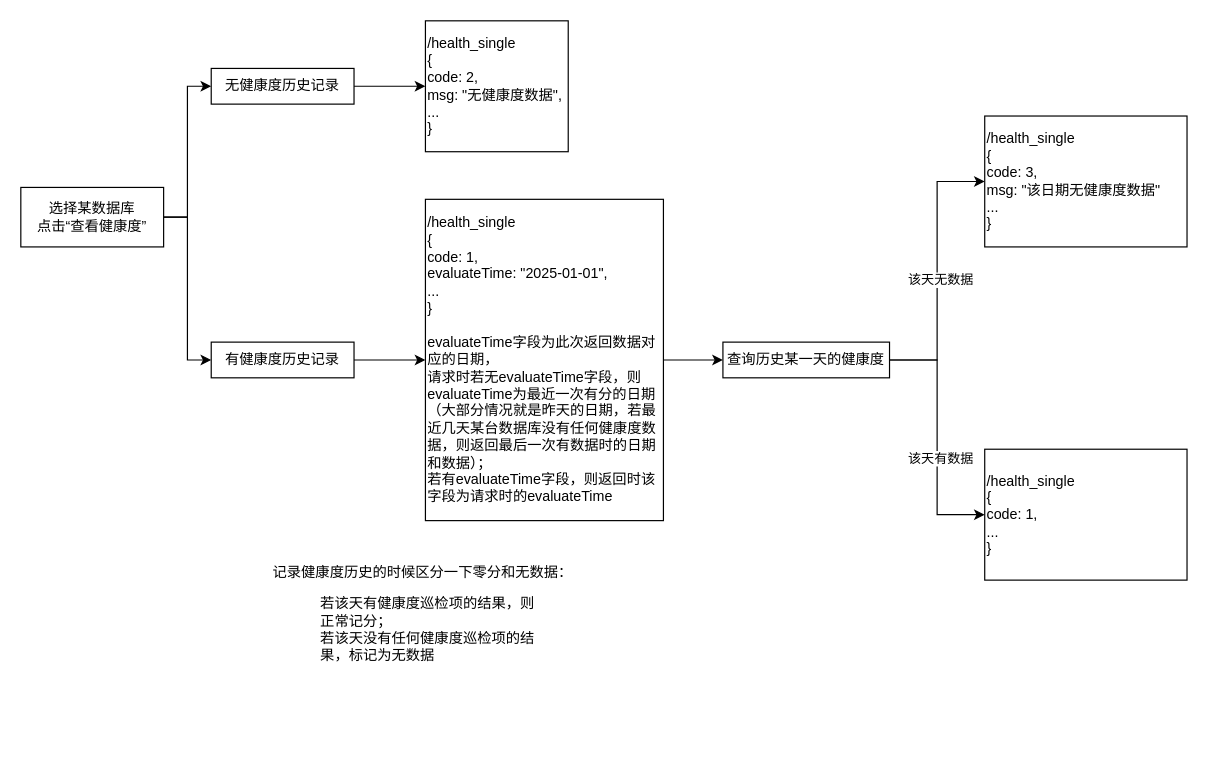
Lee-7723/Git keeps this draw.io diagram as dbi健康度边界情况.drawio. Above is the earlier version. Source tidied: cells renumbered, new cells numbered last; positions are measured from the earlier drawing's top-left corner, leaving out a move shared by most shapes. Both pictures are drawn from the tidied source at 119%, with x=0, y=0 at pixel (20, 20).
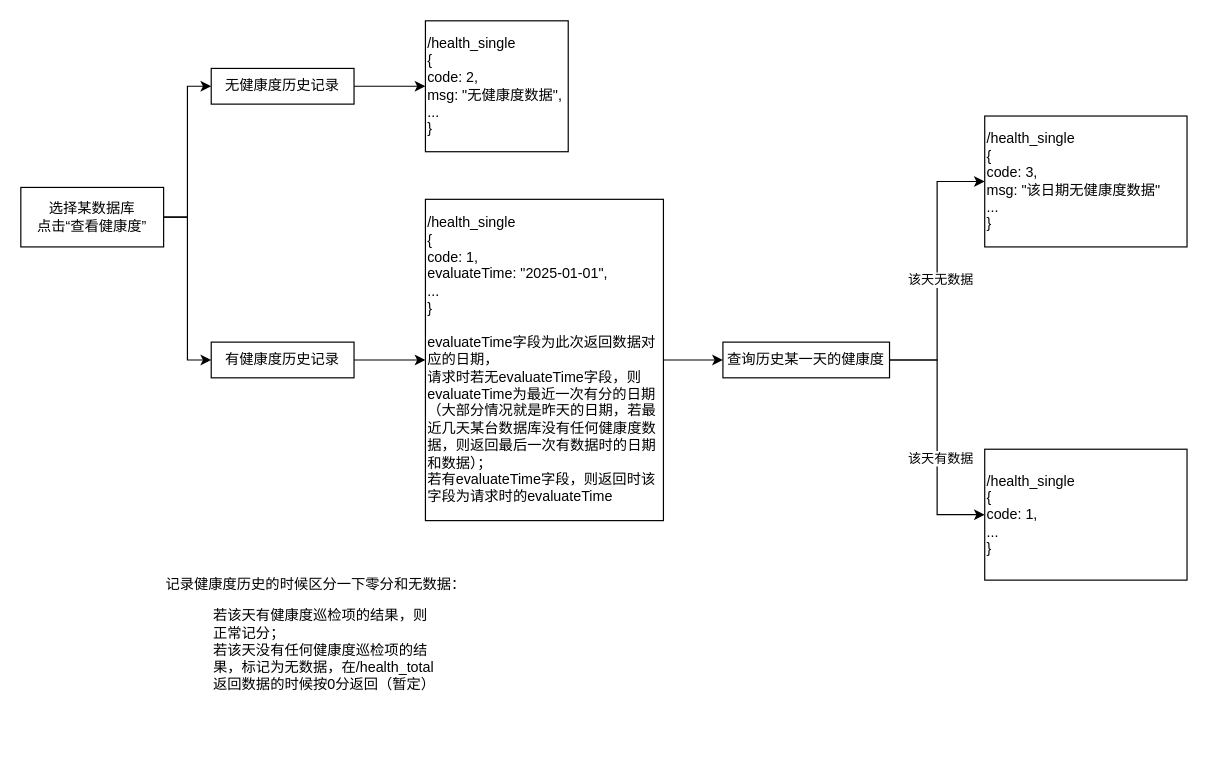
Above is the later version.

Commit message (it also covers changes not shown here):
更新dbi健康度边界情况.drawio

Diff of the diagram source:
```diff
@@
 <mxGraphModel>
   <root>
     <mxCell id="0" />
     <mxCell id="1" parent="0" />
     <mxCell id="2" style="edgeStyle=orthogonalEdgeStyle;rounded=0;jettySize=auto;html=1;exitX=1;exitY=0.5;exitDx=0;exitDy=0;entryX=0;entryY=0.5;entryDx=0;entryDy=0;" parent="1" edge="1" source="4" target="6">
       <mxGeometry relative="1" as="geometry" />
     </mxCell>
     <mxCell id="3" style="edgeStyle=orthogonalEdgeStyle;rounded=0;jettySize=auto;html=1;exitX=1;exitY=0.5;exitDx=0;exitDy=0;entryX=0;entryY=0.5;entryDx=0;entryDy=0;" parent="1" edge="1" source="4" target="8">
       <mxGeometry relative="1" as="geometry" />
     </mxCell>
     <mxCell id="4" value="&lt;div&gt;选择某数据库&lt;/div&gt;&lt;div&gt;点击“查看健康度”&lt;br&gt;&lt;/div&gt;" style="rounded=0;whiteSpace=wrap;html=1;" parent="1" vertex="1">
       <mxGeometry y="140" width="120" height="50" as="geometry" />
     </mxCell>
     <mxCell id="5" style="edgeStyle=orthogonalEdgeStyle;rounded=0;jettySize=auto;html=1;exitX=1;exitY=0.5;exitDx=0;exitDy=0;entryX=0;entryY=0.5;entryDx=0;entryDy=0;" parent="1" edge="1" source="6" target="9">
       <mxGeometry relative="1" as="geometry" />
     </mxCell>
     <mxCell id="6" value="无健康度历史记录" style="rounded=0;whiteSpace=wrap;html=1;" parent="1" vertex="1">
       <mxGeometry x="160" y="40" width="120" height="30" as="geometry" />
     </mxCell>
     <mxCell id="7" style="edgeStyle=orthogonalEdgeStyle;rounded=0;jettySize=auto;html=1;exitX=1;exitY=0.5;exitDx=0;exitDy=0;entryX=0;entryY=0.5;entryDx=0;entryDy=0;" parent="1" edge="1" source="8" target="11">
       <mxGeometry relative="1" as="geometry" />
     </mxCell>
     <mxCell id="8" value="有健康度历史记录" style="rounded=0;whiteSpace=wrap;html=1;" parent="1" vertex="1">
       <mxGeometry x="160" y="270" width="120" height="30" as="geometry" />
     </mxCell>
     <mxCell id="9" value="&lt;div align=&quot;left&quot;&gt;/health_single&lt;/div&gt;&lt;div align=&quot;left&quot;&gt;{&lt;/div&gt;&lt;div align=&quot;left&quot;&gt;code: 2,&amp;nbsp;&lt;/div&gt;&lt;div align=&quot;left&quot;&gt;msg: &quot;无健康度数据&quot;,&lt;/div&gt;&lt;div align=&quot;left&quot;&gt;...&lt;br&gt;&lt;/div&gt;&lt;div align=&quot;left&quot;&gt;}&lt;br&gt;&lt;/div&gt;" style="rounded=0;whiteSpace=wrap;html=1;align=left;" parent="1" vertex="1">
       <mxGeometry x="340" width="120" height="110" as="geometry" />
     </mxCell>
     <mxCell id="10" style="edgeStyle=orthogonalEdgeStyle;rounded=0;jettySize=auto;html=1;exitX=1;exitY=0.5;exitDx=0;exitDy=0;entryX=0;entryY=0.5;entryDx=0;entryDy=0;" parent="1" edge="1" source="11" target="16">
       <mxGeometry relative="1" as="geometry" />
     </mxCell>
     <mxCell id="11" value="&lt;div align=&quot;left&quot;&gt;/health_single&lt;/div&gt;&lt;div align=&quot;left&quot;&gt;{&lt;/div&gt;&lt;div align=&quot;left&quot;&gt;code: 1,&amp;nbsp;&lt;/div&gt;&lt;div align=&quot;left&quot;&gt;evaluateTime: &quot;2025-01-01&quot;,&lt;/div&gt;&lt;div align=&quot;left&quot;&gt;...&lt;br&gt;&lt;/div&gt;&lt;div align=&quot;left&quot;&gt;}&lt;/div&gt;&lt;div align=&quot;left&quot;&gt;&lt;br&gt;&lt;/div&gt;&lt;div align=&quot;left&quot;&gt;evaluateTime字段为此次返回数据对应的日期，&lt;br&gt;&lt;/div&gt;&lt;div align=&quot;left&quot;&gt;请求时若无evaluateTime字段，则evaluateTime为最近一次有分的日期（大部分情况就是昨天的日期，若最近几天某台数据库没有任何健康度数据，则返回最后一次有数据时的日期和数据）；&lt;/div&gt;&lt;div align=&quot;left&quot;&gt;若有evaluateTime字段，则返回时该字段为请求时的evaluateTime&lt;br&gt;&lt;/div&gt;" style="rounded=0;whiteSpace=wrap;html=1;align=left;" parent="1" vertex="1">
       <mxGeometry x="340" y="150" width="200" height="270" as="geometry" />
     </mxCell>
     <mxCell id="12" style="edgeStyle=orthogonalEdgeStyle;rounded=0;jettySize=auto;html=1;exitX=1;exitY=0.5;exitDx=0;exitDy=0;entryX=0;entryY=0.5;entryDx=0;entryDy=0;" parent="1" edge="1" source="16" target="17">
       <mxGeometry relative="1" as="geometry" />
     </mxCell>
     <mxCell id="13" value="该天无数据" style="edgeLabel;html=1;align=center;verticalAlign=middle;" parent="12" vertex="1">
       <mxGeometry x="-0.06" y="-2" relative="1" as="geometry" />
     </mxCell>
     <mxCell id="14" style="edgeStyle=orthogonalEdgeStyle;rounded=0;jettySize=auto;html=1;exitX=1;exitY=0.5;exitDx=0;exitDy=0;entryX=0;entryY=0.5;entryDx=0;entryDy=0;" parent="1" edge="1" source="16" target="18">
       <mxGeometry relative="1" as="geometry" />
     </mxCell>
     <mxCell id="15" value="该天有数据" style="edgeLabel;html=1;align=center;verticalAlign=middle;" parent="14" vertex="1">
       <mxGeometry x="0.16" y="2" relative="1" as="geometry" />
     </mxCell>
     <mxCell id="16" value="查询历史某一天的健康度" style="rounded=0;whiteSpace=wrap;html=1;" parent="1" vertex="1">
       <mxGeometry x="590" y="270" width="140" height="30" as="geometry" />
     </mxCell>
     <mxCell id="17" value="&lt;div align=&quot;left&quot;&gt;/health_single&lt;/div&gt;&lt;div align=&quot;left&quot;&gt;{&lt;/div&gt;&lt;div align=&quot;left&quot;&gt;code: 3,&lt;/div&gt;&lt;div align=&quot;left&quot;&gt;msg: &quot;该日期无健康度数据&quot;&lt;/div&gt;&lt;div align=&quot;left&quot;&gt;...&lt;br&gt;&lt;/div&gt;&lt;div align=&quot;left&quot;&gt;}&lt;/div&gt;" style="rounded=0;whiteSpace=wrap;html=1;align=left;" parent="1" vertex="1">
       <mxGeometry x="810" y="80" width="170" height="110" as="geometry" />
     </mxCell>
     <mxCell id="18" value="&lt;div align=&quot;left&quot;&gt;/health_single&lt;/div&gt;&lt;div align=&quot;left&quot;&gt;{&lt;/div&gt;&lt;div align=&quot;left&quot;&gt;code: 1,&lt;/div&gt;&lt;div align=&quot;left&quot;&gt;...&lt;br&gt;&lt;/div&gt;&lt;div align=&quot;left&quot;&gt;}&lt;/div&gt;" style="rounded=0;whiteSpace=wrap;html=1;align=left;" parent="1" vertex="1">
       <mxGeometry x="810" y="360" width="170" height="110" as="geometry" />
     </mxCell>
-    <mxCell id="19" value="&lt;div&gt;记录健康度历史的时候区分一下零分和无数据：&lt;/div&gt;&lt;blockquote&gt;&lt;div&gt;若该天有健康度巡检项的结果，则正常记分；&lt;/div&gt;&lt;div&gt;若该天没有任何健康度巡检项的结果，标记为无数据&lt;/div&gt;&lt;/blockquote&gt;" style="text;html=1;whiteSpace=wrap;overflow=hidden;rounded=0;" parent="1" vertex="1">
-      <mxGeometry x="210" y="450" width="270" height="160" as="geometry" />
+    <mxCell id="19" value="&lt;div&gt;记录健康度历史的时候区分一下零分和无数据：&lt;/div&gt;&lt;blockquote&gt;&lt;div&gt;若该天有健康度巡检项的结果，则正常记分；&lt;/div&gt;&lt;div&gt;若该天没有任何健康度巡检项的结果，标记为无数据，在/health_total返回数据的时候按0分返回（暂定）&lt;/div&gt;&lt;/blockquote&gt;" style="text;html=1;whiteSpace=wrap;overflow=hidden;rounded=0;" parent="1" vertex="1">
+      <mxGeometry x="120" y="460" width="270" height="110" as="geometry" />
     </mxCell>
   </root>
 </mxGraphModel>
```
